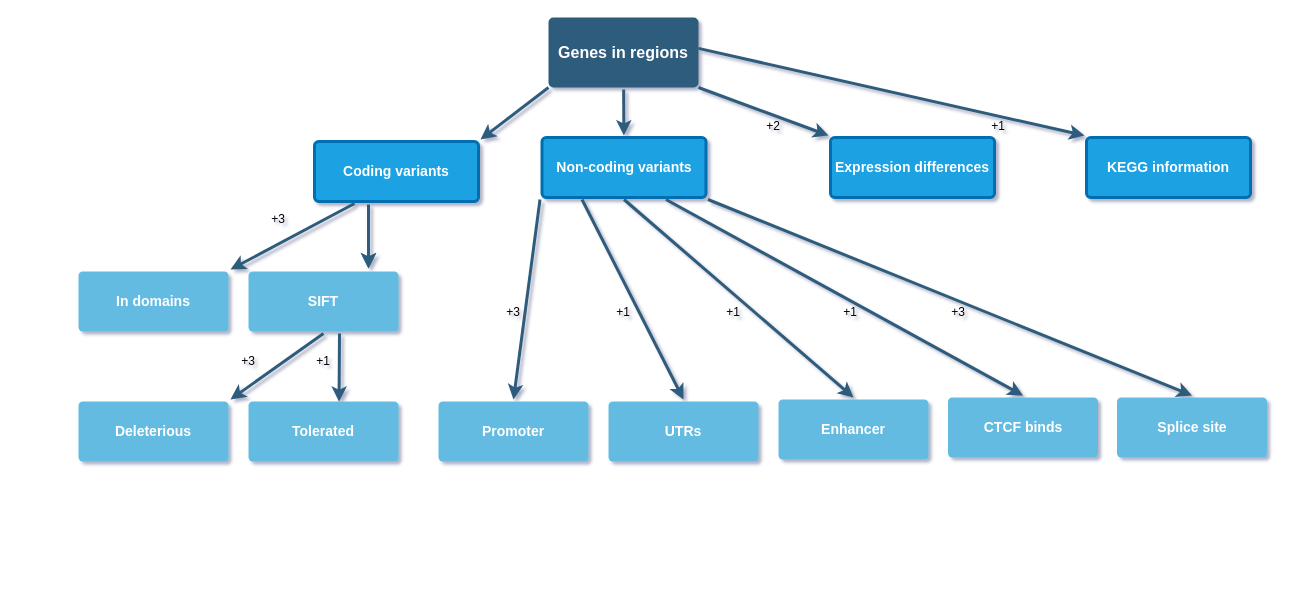
Before: CandidateGenes/Untitled Diagram.drawio in ManuelDelpero/AIL_BFMIS1xBFMIS2, a draw.io diagram. Source tidied: cells renumbered, new cells numbered last; positions are measured from the earlier drawing's top-left corner, leaving out a move shared by most shapes. Both pictures are drawn from the tidied source at 100%, with x=0, y=0 at pixel (78, 17).
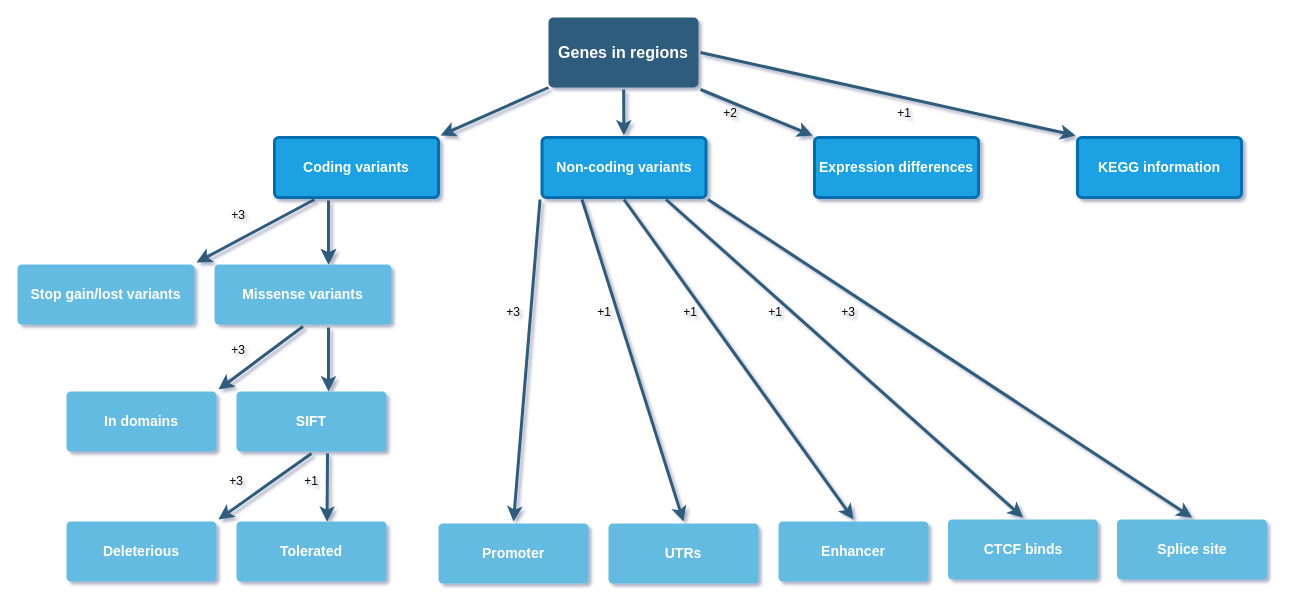
After the change.

Unchanged cells that the change refers to:
```xml
<mxCell id="4" value="Genes in regions" style="rounded=1;whiteSpace=wrap;html=1;shadow=0;labelBackgroundColor=none;strokeColor=none;strokeWidth=3;fillColor=#2F5B7C;fontFamily=Helvetica;fontSize=16;fontColor=#FFFFFF;align=center;fontStyle=1;spacing=5;arcSize=7;perimeterSpacing=2;" parent="1" vertex="1">
  <mxGeometry x="470" width="150" height="70" as="geometry" />
</mxCell>
```

Diff of the diagram source:
```diff
@@
     <mxCell id="5" value="Coding variants" style="rounded=1;whiteSpace=wrap;html=1;shadow=0;labelBackgroundColor=none;strokeColor=#006EAF;strokeWidth=3;fillColor=#1ba1e2;fontFamily=Helvetica;fontSize=14;align=center;spacing=5;fontStyle=1;arcSize=7;perimeterSpacing=2;fontColor=#ffffff;" parent="1" vertex="1">
-      <mxGeometry x="236" y="124" width="164" height="60" as="geometry" />
+      <mxGeometry x="196" y="120" width="164" height="60" as="geometry" />
     </mxCell>
     <mxCell id="6" value="&lt;b&gt;In domains&lt;/b&gt;" style="rounded=1;whiteSpace=wrap;html=1;shadow=0;labelBackgroundColor=none;strokeColor=none;strokeWidth=3;fillColor=#64bbe2;fontFamily=Helvetica;fontSize=14;fontColor=#FFFFFF;align=center;spacing=5;arcSize=7;perimeterSpacing=2;" parent="1" vertex="1">
-      <mxGeometry y="254" width="150" height="60" as="geometry" />
+      <mxGeometry x="-12" y="374" width="150" height="60" as="geometry" />
     </mxCell>
@@
-    <mxCell id="8" style="edgeStyle=none;rounded=0;jumpStyle=none;html=1;shadow=0;labelBackgroundColor=none;startArrow=none;startFill=0;endArrow=classic;endFill=1;jettySize=auto;strokeColor=#2F5B7C;strokeWidth=3;fontFamily=Helvetica;fontSize=16;fontColor=#23445D;spacing=5;entryX=0;entryY=0;entryDx=0;entryDy=0;" parent="1" edge="1" target="12">
-      <mxGeometry relative="1" as="geometry">
-        <mxPoint x="620" y="30.9" as="sourcePoint" />
-      </mxGeometry>
+    <mxCell id="8" style="edgeStyle=none;rounded=0;jumpStyle=none;html=1;shadow=0;labelBackgroundColor=none;startArrow=none;startFill=0;endArrow=classic;endFill=1;jettySize=auto;strokeColor=#2F5B7C;strokeWidth=3;fontFamily=Helvetica;fontSize=16;fontColor=#23445D;spacing=5;entryX=0;entryY=0;entryDx=0;entryDy=0;exitX=1;exitY=0.5;exitDx=0;exitDy=0;" parent="1" edge="1" source="4" target="12">
+      <mxGeometry relative="1" as="geometry" />
     </mxCell>
     <mxCell id="9" value="&lt;b&gt;Expression differences&lt;/b&gt;" style="rounded=1;whiteSpace=wrap;html=1;shadow=0;labelBackgroundColor=none;strokeColor=#006EAF;strokeWidth=3;fillColor=#1ba1e2;fontFamily=Helvetica;fontSize=14;fontColor=#ffffff;align=center;spacing=5;arcSize=7;perimeterSpacing=2;" parent="1" vertex="1">
-      <mxGeometry x="752" y="120" width="164" height="60" as="geometry" />
+      <mxGeometry x="736" y="120" width="164" height="60" as="geometry" />
     </mxCell>
@@
     <mxCell id="11" value="&lt;b&gt;Promoter&lt;/b&gt;" style="rounded=1;whiteSpace=wrap;html=1;shadow=0;labelBackgroundColor=none;strokeColor=none;strokeWidth=3;fillColor=#64bbe2;fontFamily=Helvetica;fontSize=14;fontColor=#FFFFFF;align=center;spacing=5;arcSize=7;perimeterSpacing=2;" parent="1" vertex="1">
-      <mxGeometry x="360" y="384" width="150" height="60" as="geometry" />
+      <mxGeometry x="360" y="506" width="150" height="60" as="geometry" />
     </mxCell>
     <mxCell id="12" value="&lt;b&gt;KEGG information&lt;/b&gt;" style="rounded=1;whiteSpace=wrap;html=1;shadow=0;labelBackgroundColor=none;strokeColor=#006EAF;strokeWidth=3;fillColor=#1ba1e2;fontFamily=Helvetica;fontSize=14;fontColor=#ffffff;align=center;spacing=5;arcSize=7;perimeterSpacing=2;" parent="1" vertex="1">
-      <mxGeometry x="1008" y="120" width="164" height="60" as="geometry" />
+      <mxGeometry x="999" y="120" width="164" height="60" as="geometry" />
     </mxCell>
     <mxCell id="13" value="&lt;b&gt;UTRs&lt;/b&gt;" style="rounded=1;whiteSpace=wrap;html=1;shadow=0;labelBackgroundColor=none;strokeColor=none;strokeWidth=3;fillColor=#64bbe2;fontFamily=Helvetica;fontSize=14;fontColor=#FFFFFF;align=center;spacing=5;arcSize=7;perimeterSpacing=2;" parent="1" vertex="1">
-      <mxGeometry x="530" y="384" width="150" height="60" as="geometry" />
+      <mxGeometry x="530" y="506" width="150" height="60" as="geometry" />
     </mxCell>
     <mxCell id="14" value="&lt;b&gt;SIFT&lt;/b&gt;" style="rounded=1;whiteSpace=wrap;html=1;shadow=0;labelBackgroundColor=none;strokeColor=none;strokeWidth=3;fillColor=#64bbe2;fontFamily=Helvetica;fontSize=14;fontColor=#FFFFFF;align=center;spacing=5;arcSize=7;perimeterSpacing=2;" parent="1" vertex="1">
-      <mxGeometry x="170" y="254" width="150" height="60" as="geometry" />
+      <mxGeometry x="158" y="374" width="150" height="60" as="geometry" />
     </mxCell>
@@
-    <mxCell id="16" style="edgeStyle=none;rounded=0;jumpStyle=none;html=1;shadow=0;labelBackgroundColor=none;startArrow=none;startFill=0;endArrow=classic;endFill=1;jettySize=auto;strokeColor=#2F5B7C;strokeWidth=3;fontFamily=Helvetica;fontSize=16;fontColor=#23445D;spacing=5;entryX=0;entryY=0;entryDx=0;entryDy=0;" parent="1" edge="1" target="9">
-      <mxGeometry relative="1" as="geometry">
-        <mxPoint x="620" y="70" as="sourcePoint" />
-      </mxGeometry>
+    <mxCell id="16" style="edgeStyle=none;rounded=0;jumpStyle=none;html=1;shadow=0;labelBackgroundColor=none;startArrow=none;startFill=0;endArrow=classic;endFill=1;jettySize=auto;strokeColor=#2F5B7C;strokeWidth=3;fontFamily=Helvetica;fontSize=16;fontColor=#23445D;spacing=5;entryX=0;entryY=0;entryDx=0;entryDy=0;exitX=1;exitY=1;exitDx=0;exitDy=0;" parent="1" edge="1" source="4" target="9">
+      <mxGeometry relative="1" as="geometry" />
     </mxCell>
@@
     <mxCell id="18" value="&lt;b&gt;Enhancer&lt;/b&gt;" style="rounded=1;whiteSpace=wrap;html=1;shadow=0;labelBackgroundColor=none;strokeColor=none;strokeWidth=3;fillColor=#64bbe2;fontFamily=Helvetica;fontSize=14;fontColor=#FFFFFF;align=center;spacing=5;arcSize=7;perimeterSpacing=2;" parent="1" vertex="1">
-      <mxGeometry x="700" y="382" width="150" height="60" as="geometry" />
+      <mxGeometry x="700" y="504" width="150" height="60" as="geometry" />
     </mxCell>
@@
     <mxCell id="20" value="&lt;b&gt;CTCF binds&lt;/b&gt;" style="rounded=1;whiteSpace=wrap;html=1;shadow=0;labelBackgroundColor=none;strokeColor=none;strokeWidth=3;fillColor=#64bbe2;fontFamily=Helvetica;fontSize=14;fontColor=#FFFFFF;align=center;spacing=5;arcSize=7;perimeterSpacing=2;" parent="1" vertex="1">
-      <mxGeometry x="869.5" y="380" width="150" height="60" as="geometry" />
+      <mxGeometry x="869.5" y="502" width="150" height="60" as="geometry" />
     </mxCell>
     <mxCell id="21" value="+3" style="text;html=1;strokeColor=none;fillColor=none;align=center;verticalAlign=middle;whiteSpace=wrap;rounded=0;" parent="1" vertex="1">
-      <mxGeometry x="180" y="180" width="40" height="44" as="geometry" />
+      <mxGeometry x="140" y="176" width="40" height="44" as="geometry" />
     </mxCell>
-    <mxCell id="22" style="edgeStyle=none;rounded=0;jumpStyle=none;html=1;shadow=0;labelBackgroundColor=none;startArrow=none;startFill=0;endArrow=classic;endFill=1;jettySize=auto;strokeColor=#2F5B7C;strokeWidth=3;fontFamily=Helvetica;fontSize=16;fontColor=#23445D;spacing=5;exitX=0.25;exitY=1;exitDx=0;exitDy=0;entryX=1;entryY=0;entryDx=0;entryDy=0;" parent="1" edge="1" source="5" target="6">
+    <mxCell id="22" style="edgeStyle=none;rounded=0;jumpStyle=none;html=1;shadow=0;labelBackgroundColor=none;startArrow=none;startFill=0;endArrow=classic;endFill=1;jettySize=auto;strokeColor=#2F5B7C;strokeWidth=3;fontFamily=Helvetica;fontSize=16;fontColor=#23445D;spacing=5;exitX=0.25;exitY=1;exitDx=0;exitDy=0;entryX=1;entryY=0;entryDx=0;entryDy=0;" parent="1" edge="1" source="5" target="40">
       <mxGeometry relative="1" as="geometry" />
     </mxCell>
     <mxCell id="23" style="edgeStyle=none;rounded=0;jumpStyle=none;html=1;shadow=0;labelBackgroundColor=none;startArrow=none;startFill=0;endArrow=classic;endFill=1;jettySize=auto;orthogonalLoop=1;strokeColor=#2F5B7C;strokeWidth=3;fontFamily=Helvetica;fontSize=16;fontColor=#23445D;spacing=5;exitX=0.013;exitY=0.973;exitDx=0;exitDy=0;exitPerimeter=0;" parent="1" edge="1">
       <mxGeometry relative="1" as="geometry">
-        <mxPoint x="290" y="204" as="sourcePoint" />
-        <mxPoint x="290" y="251" as="targetPoint" />
+        <mxPoint x="250" y="200" as="sourcePoint" />
+        <mxPoint x="250" y="247" as="targetPoint" />
       </mxGeometry>
     </mxCell>
     <mxCell id="24" value="&lt;b&gt;Deleterious&lt;/b&gt;" style="rounded=1;whiteSpace=wrap;html=1;shadow=0;labelBackgroundColor=none;strokeColor=none;strokeWidth=3;fillColor=#64bbe2;fontFamily=Helvetica;fontSize=14;fontColor=#FFFFFF;align=center;spacing=5;arcSize=7;perimeterSpacing=2;" parent="1" vertex="1">
-      <mxGeometry y="384" width="150" height="60" as="geometry" />
+      <mxGeometry x="-12" y="504" width="150" height="60" as="geometry" />
     </mxCell>
     <mxCell id="25" value="&lt;b&gt;Tolerated&lt;/b&gt;" style="rounded=1;whiteSpace=wrap;html=1;shadow=0;labelBackgroundColor=none;strokeColor=none;strokeWidth=3;fillColor=#64bbe2;fontFamily=Helvetica;fontSize=14;fontColor=#FFFFFF;align=center;spacing=5;arcSize=7;perimeterSpacing=2;" parent="1" vertex="1">
-      <mxGeometry x="170" y="384" width="150" height="60" as="geometry" />
+      <mxGeometry x="158" y="504" width="150" height="60" as="geometry" />
     </mxCell>
     <mxCell id="26" value="+3" style="text;html=1;strokeColor=none;fillColor=none;align=center;verticalAlign=middle;whiteSpace=wrap;rounded=0;" parent="1" vertex="1">
-      <mxGeometry x="150" y="334" width="40" height="20" as="geometry" />
+      <mxGeometry x="138" y="454" width="40" height="20" as="geometry" />
     </mxCell>
     <mxCell id="27" style="edgeStyle=none;rounded=0;jumpStyle=none;html=1;shadow=0;labelBackgroundColor=none;startArrow=none;startFill=0;endArrow=classic;endFill=1;jettySize=auto;strokeColor=#2F5B7C;strokeWidth=3;fontFamily=Helvetica;fontSize=16;fontColor=#23445D;spacing=5;entryX=1;entryY=0;entryDx=0;entryDy=0;" parent="1" edge="1" target="24">
       <mxGeometry relative="1" as="geometry">
-        <mxPoint x="245" y="316" as="sourcePoint" />
+        <mxPoint x="233" y="436" as="sourcePoint" />
       </mxGeometry>
     </mxCell>
     <mxCell id="28" style="edgeStyle=none;rounded=0;jumpStyle=none;html=1;shadow=0;labelBackgroundColor=none;startArrow=none;startFill=0;endArrow=classic;endFill=1;jettySize=auto;strokeColor=#2F5B7C;strokeWidth=3;fontFamily=Helvetica;fontSize=16;fontColor=#23445D;spacing=5;entryX=0.601;entryY=0.034;entryDx=0;entryDy=0;entryPerimeter=0;" parent="1" edge="1" target="25">
       <mxGeometry relative="1" as="geometry">
-        <mxPoint x="261" y="316" as="sourcePoint" />
+        <mxPoint x="249" y="436" as="sourcePoint" />
       </mxGeometry>
     </mxCell>
     <mxCell id="29" value="+1" style="text;html=1;strokeColor=none;fillColor=none;align=center;verticalAlign=middle;whiteSpace=wrap;rounded=0;" parent="1" vertex="1">
-      <mxGeometry x="225" y="334" width="40" height="20" as="geometry" />
+      <mxGeometry x="213" y="454" width="40" height="20" as="geometry" />
     </mxCell>
     <mxCell id="30" value="+2" style="text;html=1;strokeColor=none;fillColor=none;align=center;verticalAlign=middle;whiteSpace=wrap;rounded=0;" parent="1" vertex="1">
-      <mxGeometry x="675" y="87" width="40" height="44" as="geometry" />
+      <mxGeometry x="632" y="74" width="40" height="44" as="geometry" />
     </mxCell>
     <mxCell id="31" value="+1" style="text;html=1;strokeColor=none;fillColor=none;align=center;verticalAlign=middle;whiteSpace=wrap;rounded=0;" parent="1" vertex="1">
-      <mxGeometry x="900" y="87" width="40" height="44" as="geometry" />
+      <mxGeometry x="806" y="74" width="40" height="44" as="geometry" />
     </mxCell>
@@
     <mxCell id="33" value="+1" style="text;html=1;strokeColor=none;fillColor=none;align=center;verticalAlign=middle;whiteSpace=wrap;rounded=0;" parent="1" vertex="1">
-      <mxGeometry x="525" y="273" width="40" height="44" as="geometry" />
+      <mxGeometry x="506" y="273" width="40" height="44" as="geometry" />
     </mxCell>
     <mxCell id="34" value="+1" style="text;html=1;strokeColor=none;fillColor=none;align=center;verticalAlign=middle;whiteSpace=wrap;rounded=0;" parent="1" vertex="1">
-      <mxGeometry x="635" y="273" width="40" height="44" as="geometry" />
+      <mxGeometry x="592" y="273" width="40" height="44" as="geometry" />
     </mxCell>
     <mxCell id="35" value="+1" style="text;html=1;strokeColor=none;fillColor=none;align=center;verticalAlign=middle;whiteSpace=wrap;rounded=0;" parent="1" vertex="1">
-      <mxGeometry x="752" y="273" width="40" height="44" as="geometry" />
+      <mxGeometry x="677" y="273" width="40" height="44" as="geometry" />
     </mxCell>
     <mxCell id="36" style="edgeStyle=none;rounded=0;jumpStyle=none;html=1;shadow=0;labelBackgroundColor=none;startArrow=none;startFill=0;endArrow=classic;endFill=1;jettySize=auto;orthogonalLoop=1;strokeColor=#2F5B7C;strokeWidth=3;fontFamily=Helvetica;fontSize=16;fontColor=#23445D;spacing=5;" parent="1" edge="1">
       <mxGeometry relative="1" as="geometry">
-        <mxPoint x="290" y="187" as="sourcePoint" />
-        <mxPoint x="290" y="251" as="targetPoint" />
+        <mxPoint x="250" y="183" as="sourcePoint" />
+        <mxPoint x="250" y="247" as="targetPoint" />
       </mxGeometry>
     </mxCell>
@@
     <mxCell id="38" value="&lt;span style=&quot;text-align: left&quot;&gt;&lt;b&gt;&lt;font style=&quot;font-size: 14px&quot;&gt;Splice site&lt;/font&gt;&lt;/b&gt;&lt;/span&gt;" style="rounded=1;whiteSpace=wrap;html=1;shadow=0;labelBackgroundColor=none;strokeColor=none;strokeWidth=3;fillColor=#64bbe2;fontFamily=Helvetica;fontSize=14;fontColor=#FFFFFF;align=center;spacing=5;arcSize=7;perimeterSpacing=2;" parent="1" vertex="1">
-      <mxGeometry x="1038.5" y="380" width="150" height="60" as="geometry" />
+      <mxGeometry x="1038.5" y="502" width="150" height="60" as="geometry" />
     </mxCell>
     <mxCell id="39" value="+3" style="text;html=1;strokeColor=none;fillColor=none;align=center;verticalAlign=middle;whiteSpace=wrap;rounded=0;" parent="1" vertex="1">
-      <mxGeometry x="860" y="273" width="40" height="44" as="geometry" />
+      <mxGeometry x="750" y="273" width="40" height="44" as="geometry" />
     </mxCell>
+    <mxCell id="40" value="&lt;b&gt;Stop gain/lost variants&lt;/b&gt;" style="rounded=1;whiteSpace=wrap;html=1;shadow=0;labelBackgroundColor=none;strokeColor=none;strokeWidth=3;fillColor=#64bbe2;fontFamily=Helvetica;fontSize=14;fontColor=#FFFFFF;align=center;spacing=5;arcSize=7;perimeterSpacing=2;" parent="1" vertex="1">
+      <mxGeometry x="-61" y="247" width="177" height="60" as="geometry" />
+    </mxCell>
+    <mxCell id="41" value="&lt;b&gt;Missense variants&lt;/b&gt;" style="rounded=1;whiteSpace=wrap;html=1;shadow=0;labelBackgroundColor=none;strokeColor=none;strokeWidth=3;fillColor=#64bbe2;fontFamily=Helvetica;fontSize=14;fontColor=#FFFFFF;align=center;spacing=5;arcSize=7;perimeterSpacing=2;" parent="1" vertex="1">
+      <mxGeometry x="136" y="247" width="177" height="60" as="geometry" />
+    </mxCell>
+    <mxCell id="42" style="edgeStyle=none;rounded=0;jumpStyle=none;html=1;shadow=0;labelBackgroundColor=none;startArrow=none;startFill=0;endArrow=classic;endFill=1;jettySize=auto;orthogonalLoop=1;strokeColor=#2F5B7C;strokeWidth=3;fontFamily=Helvetica;fontSize=16;fontColor=#23445D;spacing=5;" parent="1" edge="1">
+      <mxGeometry relative="1" as="geometry">
+        <mxPoint x="250" y="310" as="sourcePoint" />
+        <mxPoint x="250" y="374" as="targetPoint" />
+      </mxGeometry>
+    </mxCell>
+    <mxCell id="43" style="edgeStyle=none;rounded=0;jumpStyle=none;html=1;shadow=0;labelBackgroundColor=none;startArrow=none;startFill=0;endArrow=classic;endFill=1;jettySize=auto;strokeColor=#2F5B7C;strokeWidth=3;fontFamily=Helvetica;fontSize=16;fontColor=#23445D;spacing=5;exitX=0.5;exitY=1;exitDx=0;exitDy=0;entryX=1;entryY=0;entryDx=0;entryDy=0;" parent="1" edge="1" source="41" target="6">
+      <mxGeometry relative="1" as="geometry" />
+    </mxCell>
+    <mxCell id="44" value="+3" style="text;html=1;strokeColor=none;fillColor=none;align=center;verticalAlign=middle;whiteSpace=wrap;rounded=0;" parent="1" vertex="1">
+      <mxGeometry x="140" y="311" width="40" height="44" as="geometry" />
+    </mxCell>
```
